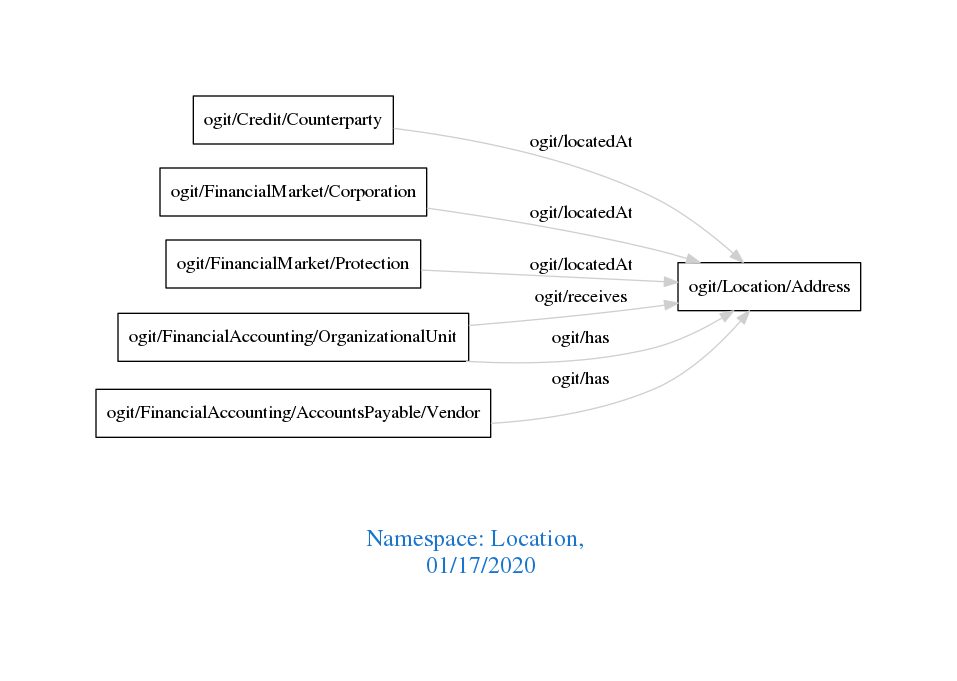
The Graphviz diagram downloads/Location.png in arago/OGIT, before a commit. Its source is kept beside it as downloads/Location.dot.
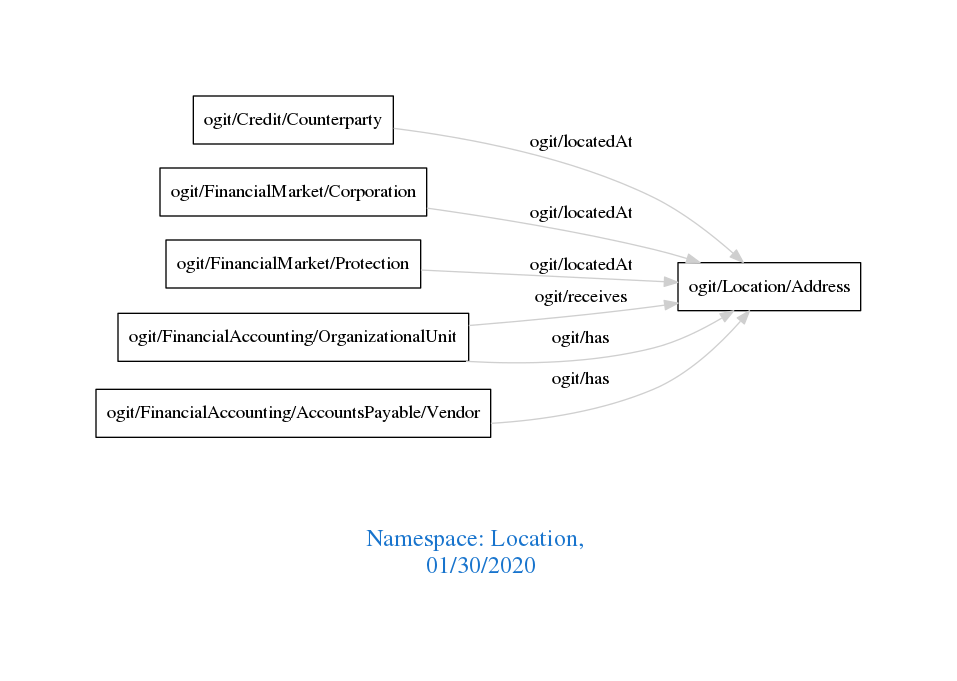
The same file after the commit.

Change to the diagram source:
```diff
@@ -1,7 +1,7 @@
 digraph OGIT_ontology {
  graph [ rankdir= LR,pad=1
 fontsize = 18,
-fontcolor= dodgerblue3,label = "\n\n\nNamespace: Location, \n 01/17/2020"];
+fontcolor= dodgerblue3,label = "\n\n\nNamespace: Location, \n 01/30/2020"];
 node[shape=polygon];
 edge [  color="gray81"];
 
```
